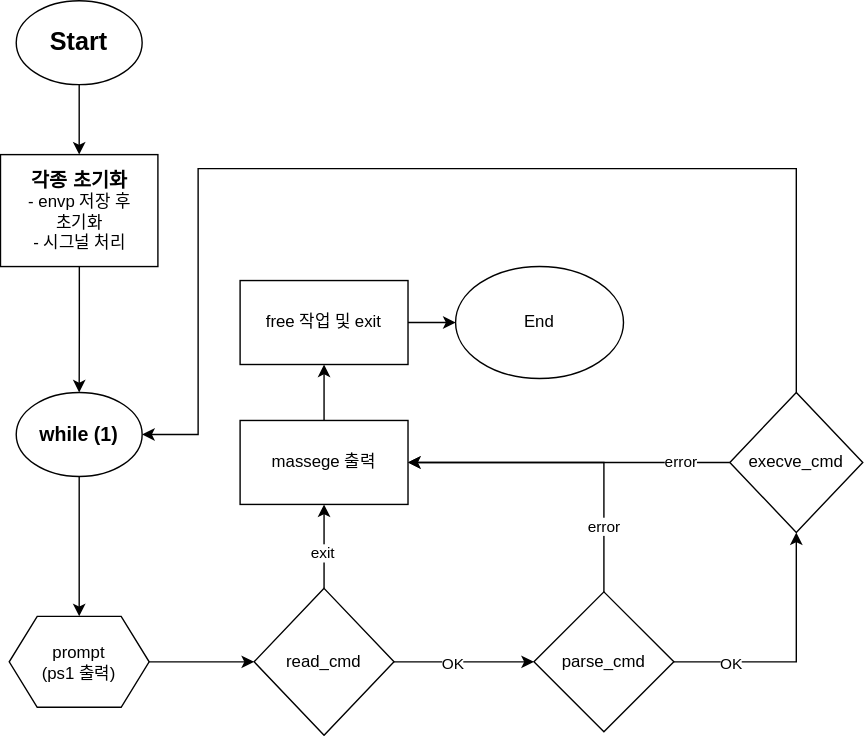
gachi-mandoo-shell/kimchi-mandoo-shell keeps this draw.io diagram as docs/flow_chart.drawio.svg. Above is the earlier version. Source tidied: cells renumbered, new cells last; positions are measured from the earlier drawing's top-left corner, leaving out a move shared by most shapes.
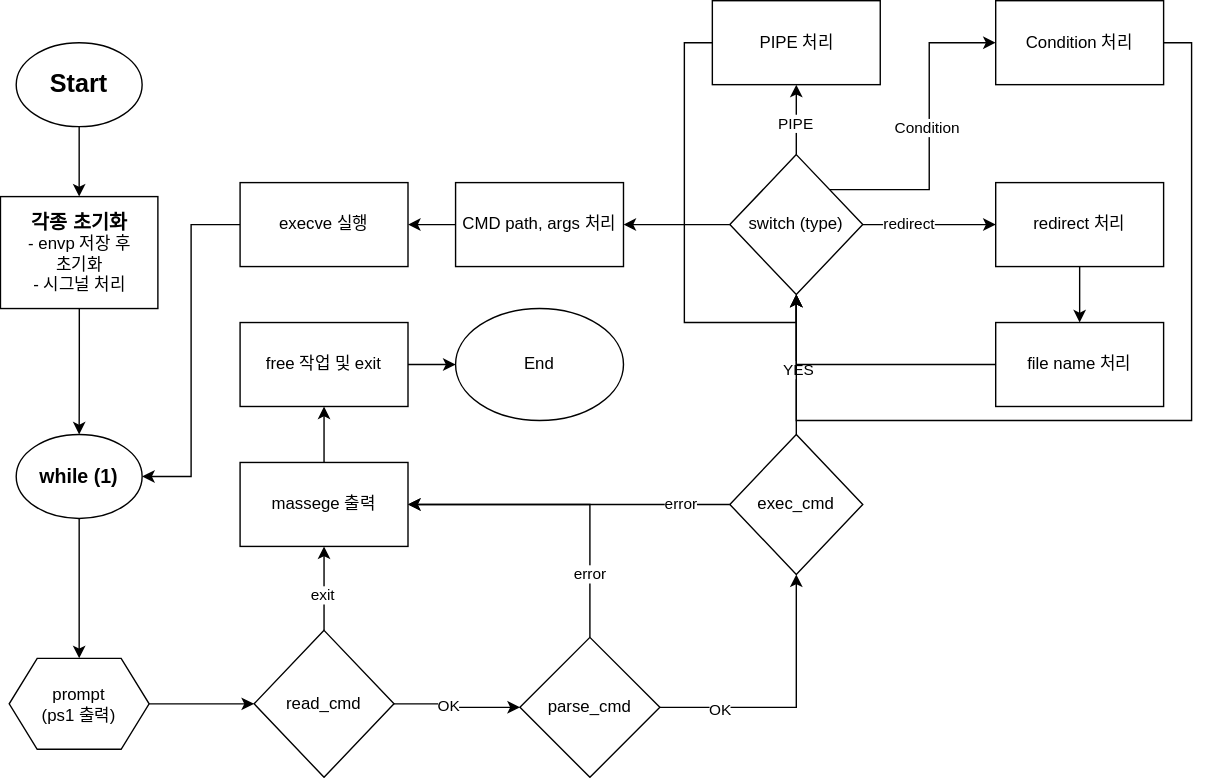
After the commit.

Commit message:
docs: update main flow chart

exec_cmd 내부 로직 세분화!

issues: #1

What changed in the source:
```diff
@@ -47,16 +47,13 @@
     <mxCell id="16" value="error" style="edgeLabel;html=1;align=center;verticalAlign=middle;" parent="15" vertex="1">
       <mxGeometry x="-0.68" y="-1" relative="1" as="geometry" />
     </mxCell>
-    <mxCell id="17" style="edgeStyle=orthogonalEdgeStyle;rounded=0;jettySize=auto;html=1;entryX=1;entryY=0.5;entryDx=0;entryDy=0;exitX=0.5;exitY=0;exitDx=0;exitDy=0;" parent="1" edge="1" source="18" target="7">
-      <mxGeometry relative="1" as="geometry">
-        <Array as="points">
-          <mxPoint x="569" y="120" />
-          <mxPoint x="141" y="120" />
-          <mxPoint x="141" y="310" />
-        </Array>
-      </mxGeometry>
-    </mxCell>
+    <mxCell id="29" style="edgeStyle=orthogonalEdgeStyle;rounded=0;jettySize=auto;html=1;entryX=0.5;entryY=1;entryDx=0;entryDy=0;" parent="1" edge="1" source="18" target="39">
+      <mxGeometry relative="1" as="geometry" />
+    </mxCell>
+    <mxCell id="30" value="YES" style="edgeLabel;html=1;align=center;verticalAlign=middle;" parent="29" vertex="1">
+      <mxGeometry x="-0.06" y="-1" relative="1" as="geometry" />
+    </mxCell>
-    <mxCell id="18" value="execve_cmd" style="rhombus;whiteSpace=wrap;html=1;" parent="1" vertex="1">
+    <mxCell id="18" value="exec_cmd" style="rhombus;whiteSpace=wrap;html=1;" parent="1" vertex="1">
       <mxGeometry x="521" y="280" width="95" height="100" as="geometry" />
     </mxCell>
     <mxCell id="19" style="edgeStyle=orthogonalEdgeStyle;rounded=0;jettySize=auto;html=1;entryX=0.5;entryY=1;entryDx=0;entryDy=0;" parent="1" edge="1" source="23" target="18">
@@ -72,7 +69,7 @@
       <mxGeometry x="-0.59" y="1" relative="1" as="geometry" />
     </mxCell>
     <mxCell id="23" value="parse_cmd" style="rhombus;whiteSpace=wrap;html=1;" parent="1" vertex="1">
-      <mxGeometry x="381" y="422.5" width="100" height="100" as="geometry" />
+      <mxGeometry x="371" y="425" width="100" height="100" as="geometry" />
     </mxCell>
     <mxCell id="24" style="edgeStyle=orthogonalEdgeStyle;rounded=0;jettySize=auto;html=1;" parent="1" edge="1" source="25" target="27">
       <mxGeometry relative="1" as="geometry" />
@@ -89,5 +86,73 @@
     <mxCell id="28" value="End" style="ellipse;whiteSpace=wrap;html=1;" parent="1" vertex="1">
       <mxGeometry x="325" y="190" width="120" height="80" as="geometry" />
     </mxCell>
+    <mxCell id="31" style="edgeStyle=orthogonalEdgeStyle;rounded=0;jettySize=auto;html=1;entryX=0.5;entryY=1;entryDx=0;entryDy=0;exitX=0;exitY=0.5;exitDx=0;exitDy=0;" parent="1" edge="1" source="17" target="39">
+      <mxGeometry relative="1" as="geometry" />
+    </mxCell>
+    <mxCell id="17" value="PIPE 처리" style="whiteSpace=wrap;html=1;" parent="1" vertex="1">
+      <mxGeometry x="508.5" y="-30" width="120" height="60" as="geometry" />
+    </mxCell>
+    <mxCell id="32" style="edgeStyle=orthogonalEdgeStyle;rounded=0;jettySize=auto;html=1;entryX=0;entryY=0.5;entryDx=0;entryDy=0;" parent="1" edge="1" source="39" target="41">
+      <mxGeometry relative="1" as="geometry" />
+    </mxCell>
+    <mxCell id="33" value="redirect" style="edgeLabel;html=1;align=center;verticalAlign=middle;" parent="32" vertex="1">
+      <mxGeometry x="-0.33" y="1" relative="1" as="geometry" />
+    </mxCell>
+    <mxCell id="34" style="edgeStyle=orthogonalEdgeStyle;rounded=0;jettySize=auto;html=1;" parent="1" edge="1" source="39" target="17">
+      <mxGeometry relative="1" as="geometry" />
+    </mxCell>
+    <mxCell id="35" value="PIPE" style="edgeLabel;html=1;align=center;verticalAlign=middle;" parent="34" vertex="1">
+      <mxGeometry x="-0.08" y="1" relative="1" as="geometry" />
+    </mxCell>
+    <mxCell id="36" style="edgeStyle=orthogonalEdgeStyle;rounded=0;jettySize=auto;html=1;exitX=1;exitY=0;exitDx=0;exitDy=0;entryX=0;entryY=0.5;entryDx=0;entryDy=0;" parent="1" edge="1" source="39" target="45">
+      <mxGeometry relative="1" as="geometry" />
+    </mxCell>
+    <mxCell id="37" value="Condition" style="edgeLabel;html=1;align=center;verticalAlign=middle;" parent="36" vertex="1">
+      <mxGeometry x="-0.77" relative="1" as="geometry">
+        <mxPoint x="43.8" y="-45" as="offset" />
+      </mxGeometry>
+    </mxCell>
+    <mxCell id="38" style="edgeStyle=orthogonalEdgeStyle;rounded=0;jettySize=auto;html=1;entryX=1;entryY=0.5;entryDx=0;entryDy=0;" parent="1" edge="1" source="39" target="47">
+      <mxGeometry relative="1" as="geometry" />
+    </mxCell>
+    <mxCell id="39" value="switch (type)" style="rhombus;whiteSpace=wrap;html=1;" parent="1" vertex="1">
+      <mxGeometry x="521" y="80" width="95" height="100" as="geometry" />
+    </mxCell>
+    <mxCell id="40" style="edgeStyle=orthogonalEdgeStyle;rounded=0;jettySize=auto;html=1;" parent="1" edge="1" source="41" target="43">
+      <mxGeometry relative="1" as="geometry" />
+    </mxCell>
+    <mxCell id="41" value="redirect 처리" style="whiteSpace=wrap;html=1;" parent="1" vertex="1">
+      <mxGeometry x="711" y="100" width="120" height="60" as="geometry" />
+    </mxCell>
+    <mxCell id="42" style="edgeStyle=orthogonalEdgeStyle;rounded=0;jettySize=auto;html=1;entryX=0.5;entryY=1;entryDx=0;entryDy=0;" parent="1" edge="1" source="43" target="39">
+      <mxGeometry relative="1" as="geometry" />
+    </mxCell>
+    <mxCell id="43" value="file name 처리" style="whiteSpace=wrap;html=1;" parent="1" vertex="1">
+      <mxGeometry x="711" y="200" width="120" height="60" as="geometry" />
+    </mxCell>
+    <mxCell id="44" style="edgeStyle=orthogonalEdgeStyle;rounded=0;jettySize=auto;html=1;entryX=0.5;entryY=1;entryDx=0;entryDy=0;exitX=1;exitY=0.5;exitDx=0;exitDy=0;" parent="1" edge="1" source="45" target="39">
+      <mxGeometry relative="1" as="geometry">
+        <Array as="points">
+          <mxPoint x="851" />
+          <mxPoint x="851" y="270" />
+          <mxPoint x="569" y="270" />
+        </Array>
+      </mxGeometry>
+    </mxCell>
+    <mxCell id="45" value="Condition 처리" style="whiteSpace=wrap;html=1;" parent="1" vertex="1">
+      <mxGeometry x="711" y="-30" width="120" height="60" as="geometry" />
+    </mxCell>
+    <mxCell id="46" style="edgeStyle=orthogonalEdgeStyle;rounded=0;jettySize=auto;html=1;" parent="1" edge="1" source="47" target="49">
+      <mxGeometry relative="1" as="geometry" />
+    </mxCell>
+    <mxCell id="47" value="CMD path, args 처리" style="whiteSpace=wrap;html=1;" parent="1" vertex="1">
+      <mxGeometry x="325" y="100" width="120" height="60" as="geometry" />
+    </mxCell>
+    <mxCell id="48" style="edgeStyle=orthogonalEdgeStyle;rounded=0;jettySize=auto;html=1;entryX=1;entryY=0.5;entryDx=0;entryDy=0;" parent="1" edge="1" source="49" target="7">
+      <mxGeometry relative="1" as="geometry" />
+    </mxCell>
+    <mxCell id="49" value="execve 실행" style="whiteSpace=wrap;html=1;" parent="1" vertex="1">
+      <mxGeometry x="171" y="100" width="120" height="60" as="geometry" />
+    </mxCell>
   </root>
 </mxGraphModel>
```
